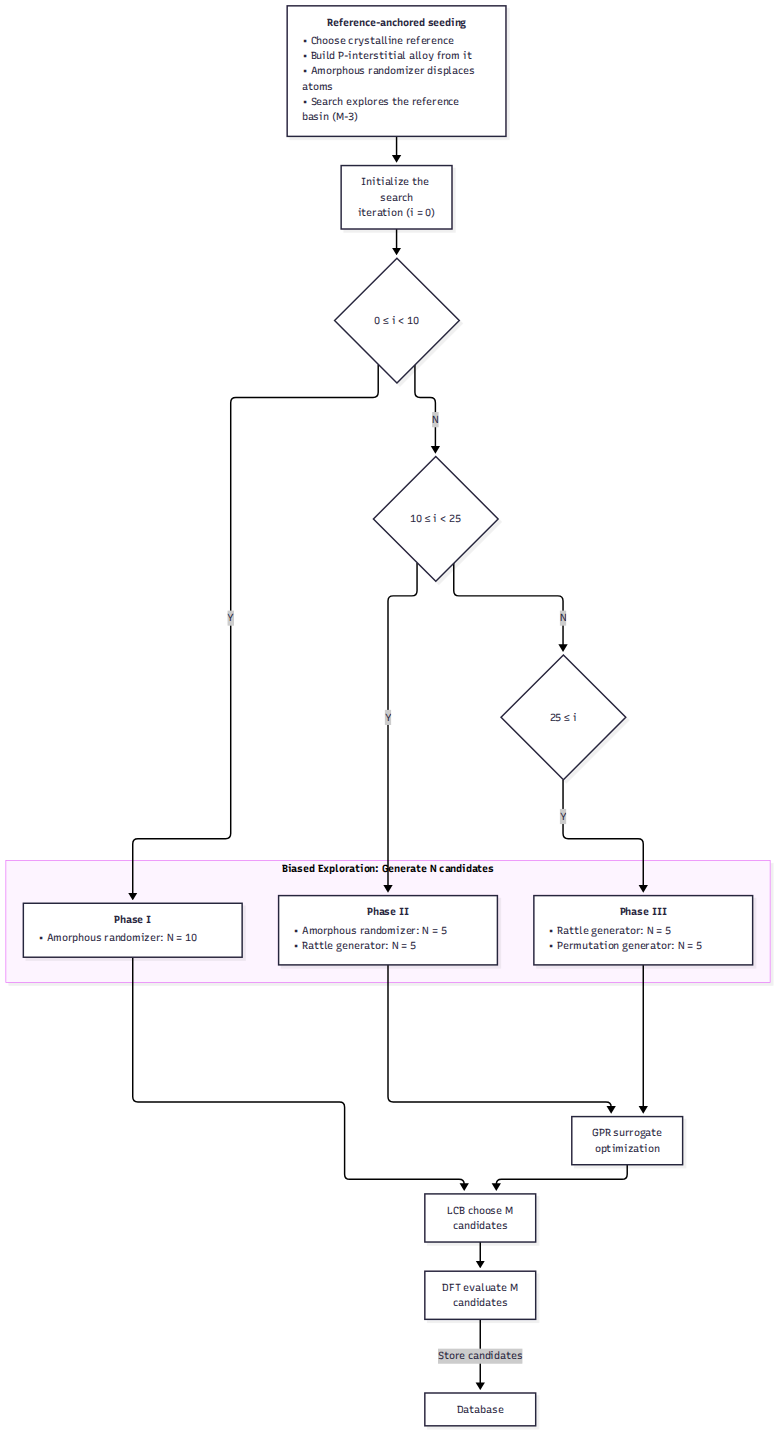
andim53/phd_research_v2 keeps this Mermaid diagram as paper_amorphous/papers/paper1/figures/methods_timeline.png. Above is the earlier version. Its source is kept beside it as paper_amorphous/codes/methods_timeline.mmd. The source it was exported from:
```mermaid
flowchart TD
    Ref["<b>Reference-anchored seeding</b><div style='text-align: left; min-width: 260px; padding: 4px;'>• Choose crystalline reference<br/>• Build P-interstitial alloy from it<br/>• Amorphous randomizer displaces atoms<br/>• Search explores the reference basin (M-3)</div>"]
    Init["Initialize the search<br/>iteration (i = 0)"]
    D1{"0 ≤ i < 10"}
    D2{"10 ≤ i < 25"}
    D3{"25 ≤ i"}

    subgraph BE ["<b>Biased Exploration: Generate N candidates</b>"]
        direction TB
        P1["<b>Phase I</b><div style='text-align: left; min-width: 260px; padding: 4px;'>• Amorphous randomizer:&nbsp;N&nbsp;=&nbsp;10</div>"]
        P2["<b>Phase II</b><div style='text-align: left; min-width: 260px; padding: 4px;'>• Amorphous randomizer:&nbsp;N&nbsp;=&nbsp;5<br/>• Rattle generator:&nbsp;N&nbsp;=&nbsp;5</div>"]
        P3["<b>Phase III</b><div style='text-align: left; min-width: 260px; padding: 4px;'>• Rattle generator:&nbsp;N&nbsp;=&nbsp;5<br/>• Permutation generator:&nbsp;N&nbsp;=&nbsp;5</div>"]
    end

    GPR["GPR surrogate<br/>optimization"]
    LCB["LCB choose M<br/>candidates"]
    DFT["DFT evaluate M<br/>candidates"]
    DB["Database"]

    Ref --> Init
    Init --> D1
    D1 -->|Y| P1
    D1 -->|N| D2
    D2 -->|Y| P2
    D2 -->|N| D3
    D3 -->|Y| P3

    P1 --> LCB
    P2 --> GPR
    P3 --> GPR

    GPR --> LCB
    LCB --> DFT
    DFT -->|Store candidates| DB
```
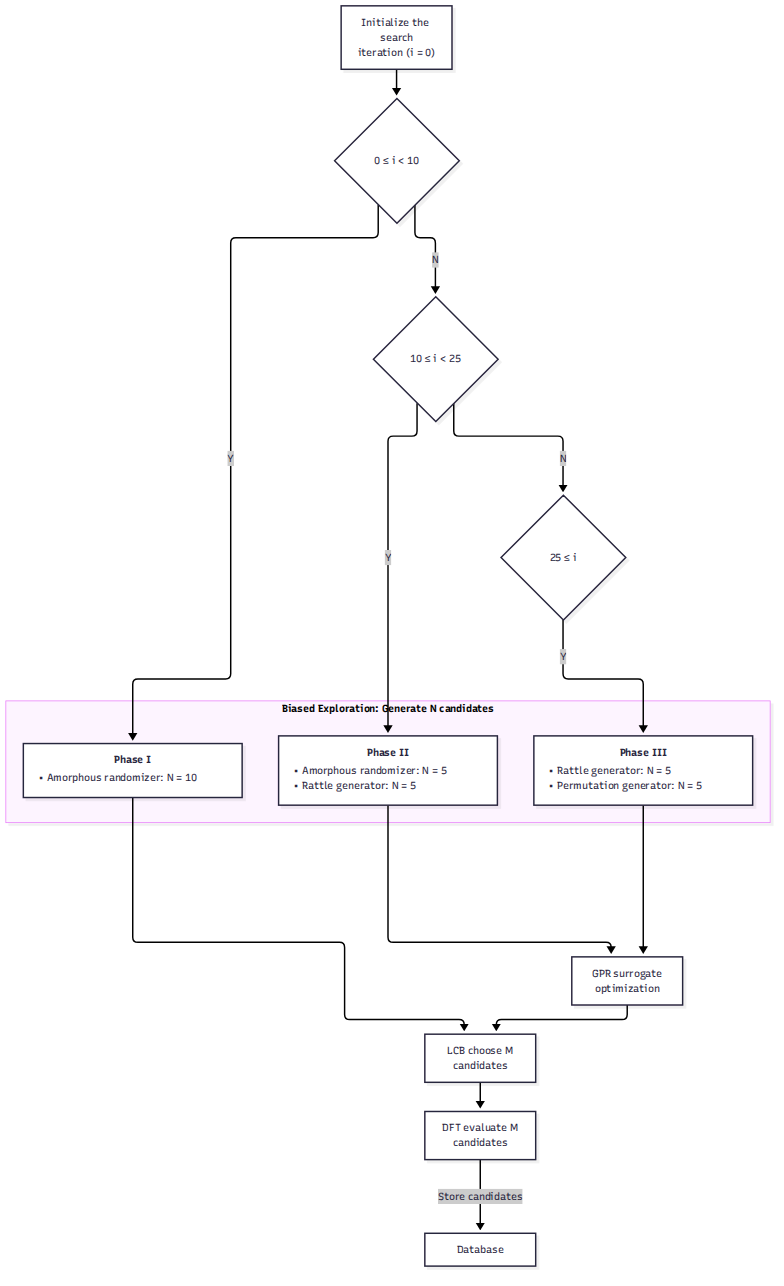
The same file after the commit.

Commit message:
paper_amorphous: Fig. 1 — remove 'Reference-anchored seeding' box; start at 'Initialize the search'

- methods_timeline.mmd: drop Ref node + edge; flowchart now starts at Init
- 03_methods.tex: caption no longer mentions reference-anchored seeding
- re-rendered + staged methods_timeline.png

The edit, as a diff of the source:
```diff
@@ -1,5 +1,4 @@
 flowchart TD
-    Ref["<b>Reference-anchored seeding</b><div style='text-align: left; min-width: 260px; padding: 4px;'>• Choose crystalline reference<br/>• Build P-interstitial alloy from it<br/>• Amorphous randomizer displaces atoms<br/>• Search explores the reference basin (M-3)</div>"]
     Init["Initialize the search<br/>iteration (i = 0)"]
     D1{"0 ≤ i < 10"}
     D2{"10 ≤ i < 25"}
@@ -17,7 +16,6 @@
     DFT["DFT evaluate M<br/>candidates"]
     DB["Database"]
 
-    Ref --> Init
     Init --> D1
     D1 -->|Y| P1
     D1 -->|N| D2
```
